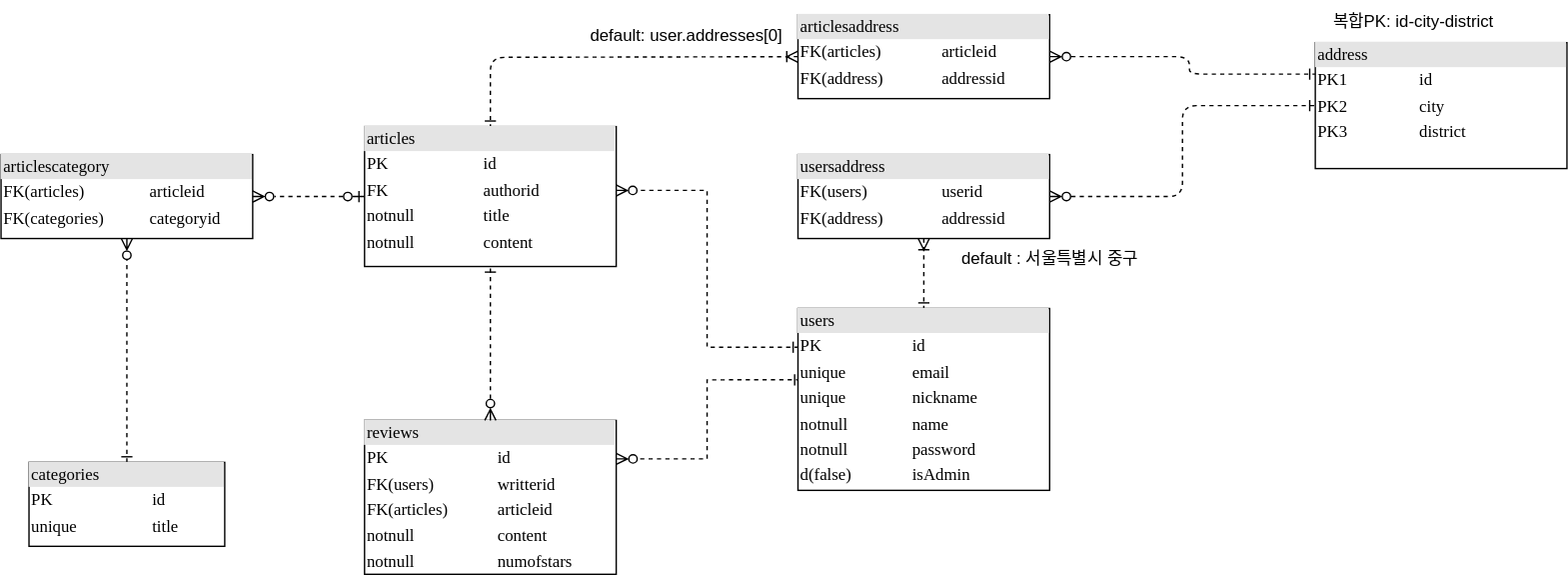
This is docs/uml/ERD.drawio.svg from 1Dohyeon/RentEase, a draw.io export, as it was before one commit. Source tidied: cells renumbered, new cells last; positions are measured from the earlier drawing's top-left corner, leaving out a move shared by most shapes.
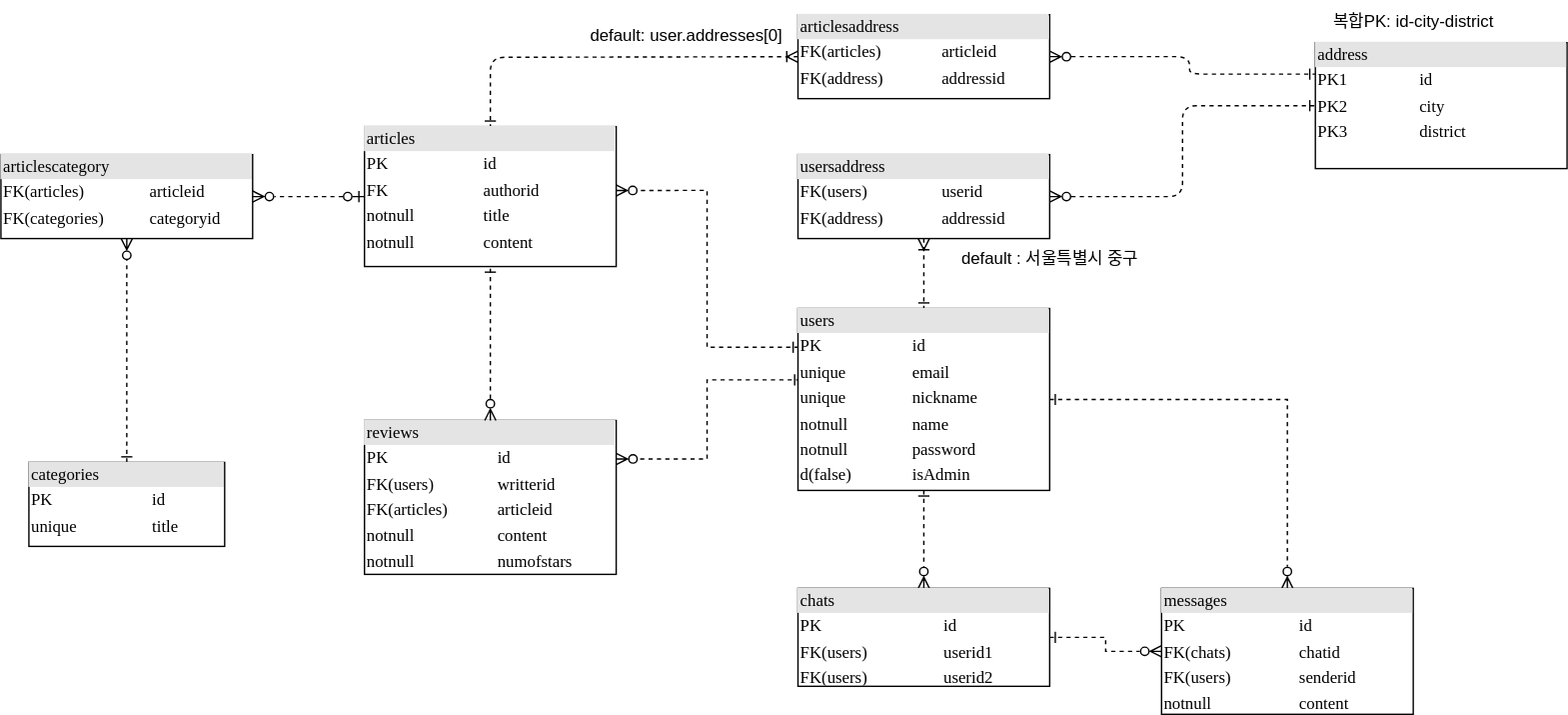
After the change.

Commit message:
ADD: chats, messages 추가

The edit, as a diff of the source:
```diff
@@ -17,6 +17,12 @@
     <mxCell id="6" style="edgeStyle=orthogonalEdgeStyle;rounded=0;jettySize=auto;html=1;exitX=0.009;exitY=0.392;exitDx=0;exitDy=0;entryX=1;entryY=0.25;entryDx=0;entryDy=0;dashed=1;startArrow=ERone;startFill=0;endArrow=ERzeroToMany;endFill=0;exitPerimeter=0;" parent="1" edge="1" source="7" target="20">
       <mxGeometry relative="1" as="geometry" />
     </mxCell>
+    <mxCell id="22" style="edgeStyle=orthogonalEdgeStyle;rounded=0;jettySize=auto;html=1;exitX=0.5;exitY=1;exitDx=0;exitDy=0;entryX=0.5;entryY=0;entryDx=0;entryDy=0;dashed=1;startArrow=ERone;startFill=0;endArrow=ERzeroToMany;endFill=0;" parent="1" edge="1" source="7" target="25">
+      <mxGeometry relative="1" as="geometry" />
+    </mxCell>
+    <mxCell id="23" style="edgeStyle=orthogonalEdgeStyle;rounded=0;jettySize=auto;html=1;exitX=1;exitY=0.5;exitDx=0;exitDy=0;startArrow=ERone;startFill=0;endArrow=ERzeroToMany;endFill=0;dashed=1;" parent="1" edge="1" source="7" target="26">
+      <mxGeometry relative="1" as="geometry" />
+    </mxCell>
     <mxCell id="7" value="&lt;div style=&quot;box-sizing: border-box ; width: 100% ; background: #e4e4e4 ; padding: 2px&quot;&gt;users&lt;/div&gt;&lt;table style=&quot;width: 100% ; font-size: 1em&quot; cellpadding=&quot;2&quot; cellspacing=&quot;0&quot;&gt;&lt;tbody&gt;&lt;tr&gt;&lt;td&gt;PK&lt;/td&gt;&lt;td&gt;id&lt;/td&gt;&lt;/tr&gt;&lt;tr&gt;&lt;td&gt;unique&lt;/td&gt;&lt;td&gt;email&lt;/td&gt;&lt;/tr&gt;&lt;tr&gt;&lt;td&gt;unique&lt;/td&gt;&lt;td&gt;nickname&lt;/td&gt;&lt;/tr&gt;&lt;tr&gt;&lt;td&gt;notnull&lt;br&gt;&lt;/td&gt;&lt;td&gt;name&lt;br&gt;&lt;/td&gt;&lt;/tr&gt;&lt;tr&gt;&lt;td&gt;notnull&lt;br&gt;&lt;/td&gt;&lt;td&gt;password&lt;br&gt;&lt;/td&gt;&lt;/tr&gt;&lt;tr&gt;&lt;td&gt;d(false)&lt;/td&gt;&lt;td&gt;isAdmin&lt;br&gt;&lt;/td&gt;&lt;/tr&gt;&lt;tr&gt;&lt;td&gt;&lt;/td&gt;&lt;td&gt;&lt;br&gt;&lt;/td&gt;&lt;/tr&gt;&lt;/tbody&gt;&lt;/table&gt;" style="verticalAlign=top;align=left;overflow=fill;html=1;rounded=0;shadow=0;comic=0;labelBackgroundColor=none;strokeWidth=1;fontFamily=Verdana;fontSize=12;" parent="1" vertex="1">
       <mxGeometry x="570" y="220" width="180" height="130" as="geometry" />
     </mxCell>
@@ -74,5 +80,14 @@
     <mxCell id="21" style="edgeStyle=orthogonalEdgeStyle;rounded=0;jettySize=auto;html=1;exitX=0.5;exitY=0;exitDx=0;exitDy=0;entryX=0.5;entryY=1;entryDx=0;entryDy=0;dashed=1;startArrow=ERzeroToMany;startFill=0;endArrow=ERone;endFill=0;" parent="1" edge="1" source="20" target="14">
       <mxGeometry relative="1" as="geometry" />
     </mxCell>
+    <mxCell id="24" style="edgeStyle=orthogonalEdgeStyle;rounded=0;jettySize=auto;html=1;exitX=1;exitY=0.5;exitDx=0;exitDy=0;entryX=0;entryY=0.5;entryDx=0;entryDy=0;dashed=1;startArrow=ERone;startFill=0;endArrow=ERzeroToMany;endFill=0;" parent="1" edge="1" source="25" target="26">
+      <mxGeometry relative="1" as="geometry" />
+    </mxCell>
+    <mxCell id="25" value="&lt;div style=&quot;box-sizing: border-box ; width: 100% ; background: #e4e4e4 ; padding: 2px&quot;&gt;chats&lt;/div&gt;&lt;table style=&quot;width: 100% ; font-size: 1em&quot; cellpadding=&quot;2&quot; cellspacing=&quot;0&quot;&gt;&lt;tbody&gt;&lt;tr&gt;&lt;td&gt;PK&lt;/td&gt;&lt;td&gt;id&lt;/td&gt;&lt;/tr&gt;&lt;tr&gt;&lt;td&gt;FK(users)&lt;/td&gt;&lt;td&gt;userid1&lt;/td&gt;&lt;/tr&gt;&lt;tr&gt;&lt;td&gt;FK(users)&lt;br&gt;&lt;/td&gt;&lt;td&gt;userid2&lt;/td&gt;&lt;/tr&gt;&lt;tr&gt;&lt;td&gt;&lt;br&gt;&lt;/td&gt;&lt;td&gt;&lt;br&gt;&lt;/td&gt;&lt;/tr&gt;&lt;tr&gt;&lt;td&gt;&lt;br&gt;&lt;/td&gt;&lt;td&gt;&lt;br&gt;&lt;/td&gt;&lt;/tr&gt;&lt;tr&gt;&lt;td&gt;&lt;/td&gt;&lt;td&gt;&lt;br&gt;&lt;/td&gt;&lt;/tr&gt;&lt;tr&gt;&lt;td&gt;&lt;/td&gt;&lt;td&gt;&lt;br&gt;&lt;/td&gt;&lt;/tr&gt;&lt;/tbody&gt;&lt;/table&gt;" style="verticalAlign=top;align=left;overflow=fill;html=1;rounded=0;shadow=0;comic=0;labelBackgroundColor=none;strokeWidth=1;fontFamily=Verdana;fontSize=12;" parent="1" vertex="1">
+      <mxGeometry x="570" y="420" width="180" height="70" as="geometry" />
+    </mxCell>
+    <mxCell id="26" value="&lt;div style=&quot;box-sizing: border-box ; width: 100% ; background: #e4e4e4 ; padding: 2px&quot;&gt;messages&lt;/div&gt;&lt;table style=&quot;width: 100% ; font-size: 1em&quot; cellpadding=&quot;2&quot; cellspacing=&quot;0&quot;&gt;&lt;tbody&gt;&lt;tr&gt;&lt;td&gt;PK&lt;/td&gt;&lt;td&gt;id&lt;/td&gt;&lt;/tr&gt;&lt;tr&gt;&lt;td&gt;FK(chats)&lt;/td&gt;&lt;td&gt;chatid&lt;/td&gt;&lt;/tr&gt;&lt;tr&gt;&lt;td&gt;FK(users)&lt;/td&gt;&lt;td&gt;senderid&lt;/td&gt;&lt;/tr&gt;&lt;tr&gt;&lt;td&gt;notnull&lt;br&gt;&lt;/td&gt;&lt;td&gt;content&lt;br&gt;&lt;/td&gt;&lt;/tr&gt;&lt;tr&gt;&lt;td&gt;&lt;br&gt;&lt;/td&gt;&lt;td&gt;&lt;br&gt;&lt;/td&gt;&lt;/tr&gt;&lt;tr&gt;&lt;td&gt;&lt;br&gt;&lt;/td&gt;&lt;td&gt;&lt;br&gt;&lt;/td&gt;&lt;/tr&gt;&lt;tr&gt;&lt;td&gt;&lt;/td&gt;&lt;td&gt;&lt;br&gt;&lt;/td&gt;&lt;/tr&gt;&lt;/tbody&gt;&lt;/table&gt;" style="verticalAlign=top;align=left;overflow=fill;html=1;rounded=0;shadow=0;comic=0;labelBackgroundColor=none;strokeWidth=1;fontFamily=Verdana;fontSize=12;" parent="1" vertex="1">
+      <mxGeometry x="830" y="420" width="180" height="90" as="geometry" />
+    </mxCell>
   </root>
 </mxGraphModel>
```
